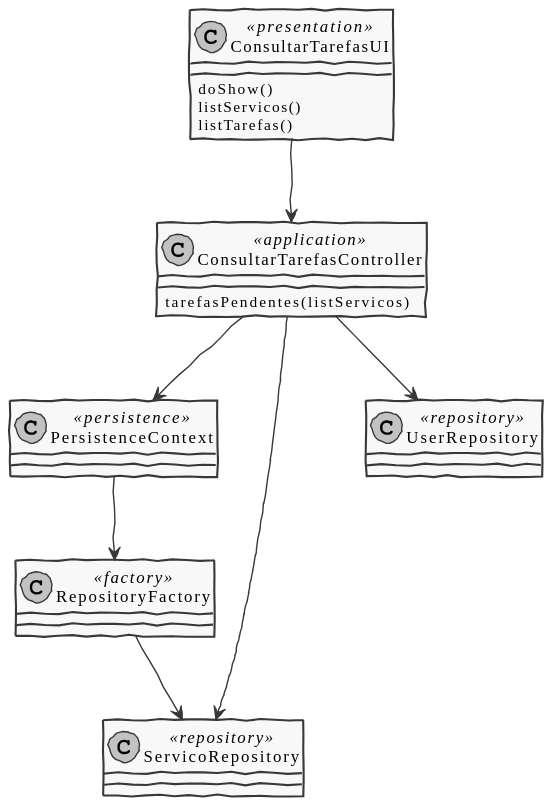
Before: docs/Sprint C/1190769/US3021/CD.svg, a diagram exported from PlantUML (pedrolemos4/LAPR4). The source it was exported from:
```plantuml
@startuml
skinparam handwritten true
skinparam monochrome true
skinparam packageStyle rect
skinparam defaultFontName FG Virgil
skinparam shadowing false

class ConsultarTarefasUI <<presentation>>
class ConsultarTarefasController <<application>>
class PersistenceContext <<persistence>>
class RepositoryFactory <<factory>>
class ServicoRepository <<repository>>
class UserRepository <<repository>>


ConsultarTarefasUI --> ConsultarTarefasController
ConsultarTarefasUI : doShow()
ConsultarTarefasUI : listServicos()
ConsultarTarefasUI : listTarefas()

ConsultarTarefasController : tarefasPendentes(listServicos)

ConsultarTarefasController --> ServicoRepository
ConsultarTarefasController --> UserRepository
ConsultarTarefasController --> PersistenceContext
PersistenceContext --> RepositoryFactory

RepositoryFactory --> ServicoRepository
@enduml
```
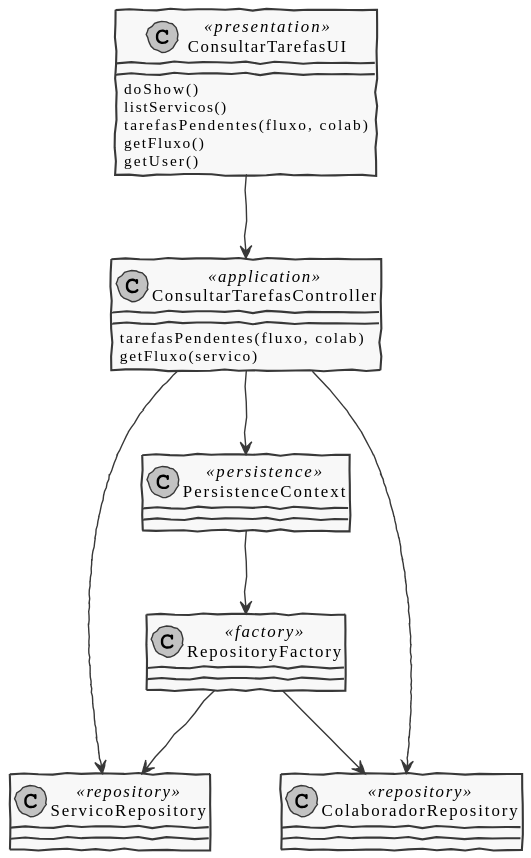
After the commit.

Change to the diagram source:
```diff
@@ -10,20 +10,24 @@
 class PersistenceContext <<persistence>>
 class RepositoryFactory <<factory>>
 class ServicoRepository <<repository>>
-class UserRepository <<repository>>
+class ColaboradorRepository <<repository>>
 
 
 ConsultarTarefasUI --> ConsultarTarefasController
 ConsultarTarefasUI : doShow()
 ConsultarTarefasUI : listServicos()
-ConsultarTarefasUI : listTarefas()
+ConsultarTarefasUI : tarefasPendentes(fluxo, colab)
+ConsultarTarefasUI : getFluxo()
+ConsultarTarefasUI : getUser()
 
-ConsultarTarefasController : tarefasPendentes(listServicos)
+ConsultarTarefasController : tarefasPendentes(fluxo, colab)
+ConsultarTarefasController : getFluxo(servico)
 
 ConsultarTarefasController --> ServicoRepository
-ConsultarTarefasController --> UserRepository
+ConsultarTarefasController --> ColaboradorRepository
 ConsultarTarefasController --> PersistenceContext
 PersistenceContext --> RepositoryFactory
 
 RepositoryFactory --> ServicoRepository
+RepositoryFactory --> ColaboradorRepository
 @enduml
```
